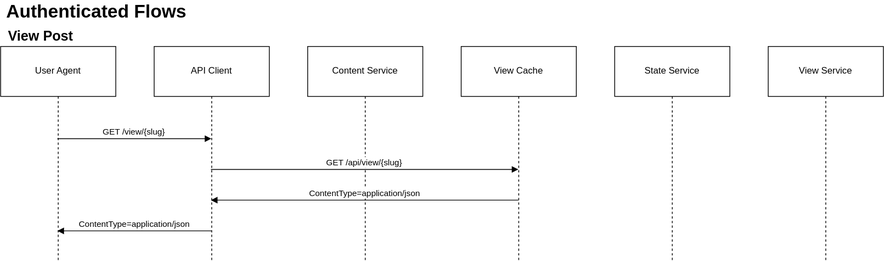
alter-kaker/pepper-docs keeps this draw.io diagram as api.drawio.svg. Above is the earlier version. Source tidied: cells renumbered, new cells last; positions are measured from the earlier drawing's top-left corner, leaving out a move shared by most shapes.
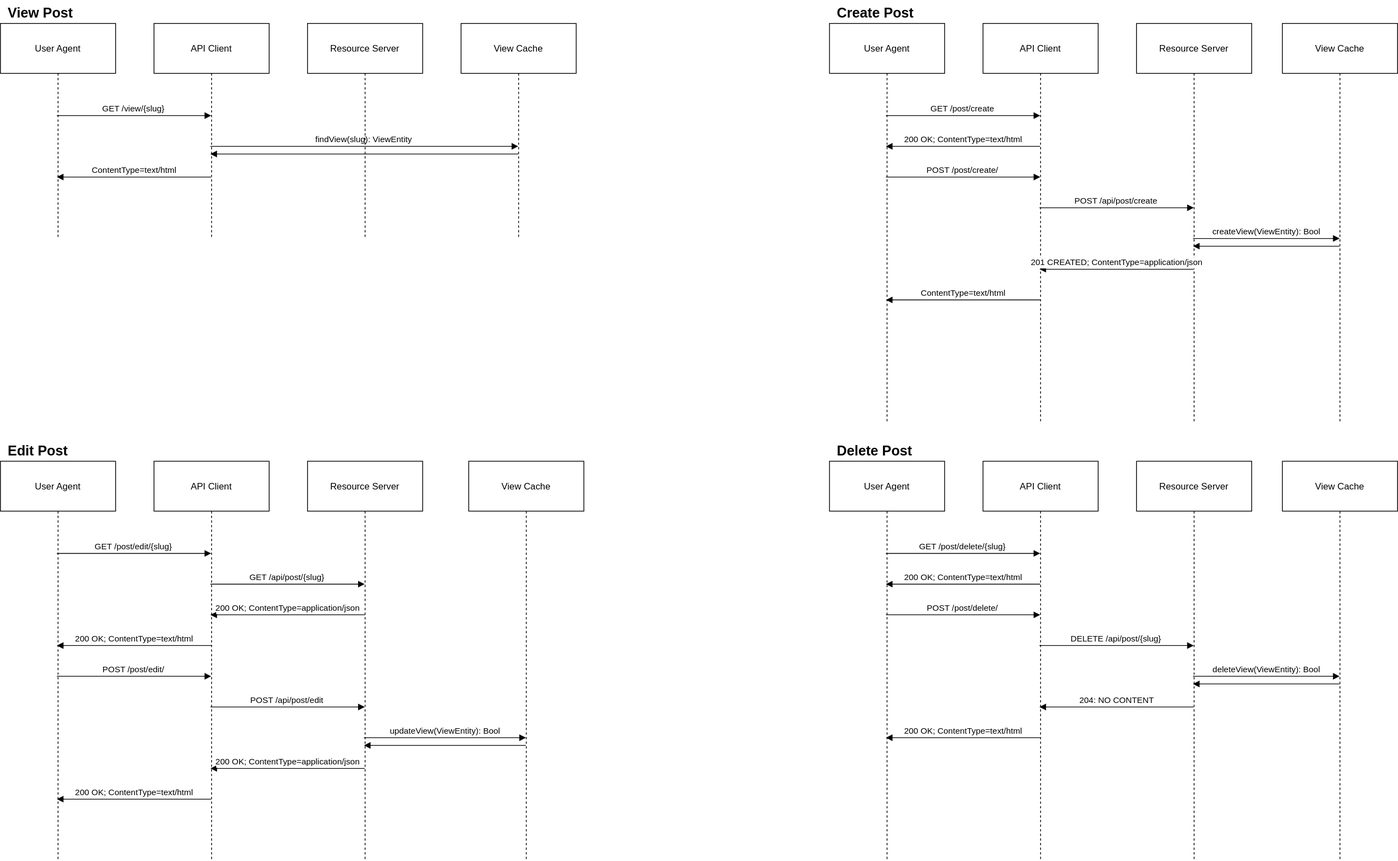
Above is the later version.

Commit message:
detail CRUD flows for Post entitites

What changed in the source:
```diff
@@ -2,21 +2,22 @@
   <root>
     <mxCell id="0" />
     <mxCell id="1" parent="0" />
+    <mxCell id="6" value="View Cache" style="shape=umlLifeline;perimeter=lifelinePerimeter;whiteSpace=wrap;outlineConnect=0;portConstraint=eastwest;newEdgeStyle={&quot;edgeStyle&quot;:&quot;elbowEdgeStyle&quot;,&quot;elbow&quot;:&quot;vertical&quot;,&quot;curved&quot;:0,&quot;rounded&quot;:0};size=65;" parent="1" vertex="1">
+      <mxGeometry x="600" y="60" width="150" height="280" as="geometry" />
+    </mxCell>
+    <mxCell id="8" value="findView(slug): ViewEntity" style="verticalAlign=bottom;endArrow=block;edgeStyle=elbowEdgeStyle;elbow=vertical;curved=0;rounded=0;" parent="1" edge="1" source="2" target="6">
+      <mxGeometry relative="1" as="geometry">
+        <Array as="points">
+          <mxPoint x="380" y="220" />
+        </Array>
+      </mxGeometry>
+    </mxCell>
     <mxCell id="2" value="API Client" style="shape=umlLifeline;perimeter=lifelinePerimeter;whiteSpace=wrap;outlineConnect=0;portConstraint=eastwest;newEdgeStyle={&quot;edgeStyle&quot;:&quot;elbowEdgeStyle&quot;,&quot;elbow&quot;:&quot;vertical&quot;,&quot;curved&quot;:0,&quot;rounded&quot;:0};size=65;" parent="1" vertex="1">
       <mxGeometry x="200" y="60" width="150" height="280" as="geometry" />
     </mxCell>
-    <mxCell id="3" value="Content Service" style="shape=umlLifeline;perimeter=lifelinePerimeter;whiteSpace=wrap;newEdgeStyle={&quot;edgeStyle&quot;:&quot;elbowEdgeStyle&quot;,&quot;elbow&quot;:&quot;vertical&quot;,&quot;curved&quot;:0,&quot;rounded&quot;:0};size=65;" parent="1" vertex="1">
+    <mxCell id="3" value="Resource Server" style="shape=umlLifeline;perimeter=lifelinePerimeter;whiteSpace=wrap;newEdgeStyle={&quot;edgeStyle&quot;:&quot;elbowEdgeStyle&quot;,&quot;elbow&quot;:&quot;vertical&quot;,&quot;curved&quot;:0,&quot;rounded&quot;:0};size=65;" parent="1" vertex="1">
       <mxGeometry x="400" y="60" width="150" height="280" as="geometry" />
     </mxCell>
-    <mxCell id="4" value="State Service" style="shape=umlLifeline;perimeter=lifelinePerimeter;whiteSpace=wrap;newEdgeStyle={&quot;edgeStyle&quot;:&quot;elbowEdgeStyle&quot;,&quot;elbow&quot;:&quot;vertical&quot;,&quot;curved&quot;:0,&quot;rounded&quot;:0};size=65;" parent="1" vertex="1">
-      <mxGeometry x="800" y="60" width="150" height="280" as="geometry" />
-    </mxCell>
-    <mxCell id="5" value="View Service" style="shape=umlLifeline;perimeter=lifelinePerimeter;whiteSpace=wrap;newEdgeStyle={&quot;edgeStyle&quot;:&quot;elbowEdgeStyle&quot;,&quot;elbow&quot;:&quot;vertical&quot;,&quot;curved&quot;:0,&quot;rounded&quot;:0};size=65;" parent="1" vertex="1">
-      <mxGeometry x="1000" y="60" width="150" height="280" as="geometry" />
-    </mxCell>
-    <mxCell id="6" value="View Cache" style="shape=umlLifeline;perimeter=lifelinePerimeter;whiteSpace=wrap;outlineConnect=0;portConstraint=eastwest;newEdgeStyle={&quot;edgeStyle&quot;:&quot;elbowEdgeStyle&quot;,&quot;elbow&quot;:&quot;vertical&quot;,&quot;curved&quot;:0,&quot;rounded&quot;:0};size=65;" parent="1" vertex="1">
-      <mxGeometry x="600" y="60" width="150" height="280" as="geometry" />
-    </mxCell>
     <mxCell id="7" value="GET /view/{slug}" style="verticalAlign=bottom;endArrow=block;edgeStyle=elbowEdgeStyle;elbow=vertical;curved=0;rounded=0;" parent="1" edge="1" source="11" target="2">
       <mxGeometry relative="1" as="geometry">
         <Array as="points">
@@ -24,35 +25,252 @@
         </Array>
       </mxGeometry>
     </mxCell>
-    <mxCell id="8" value="GET /api/view/{slug}" style="verticalAlign=bottom;endArrow=block;edgeStyle=elbowEdgeStyle;elbow=vertical;curved=0;rounded=0;" parent="1" edge="1" source="2" target="6">
-      <mxGeometry relative="1" as="geometry">
-        <Array as="points">
-          <mxPoint x="595" y="220" />
-        </Array>
-      </mxGeometry>
-    </mxCell>
-    <mxCell id="9" value="ContentType=application/json" style="verticalAlign=bottom;endArrow=block;edgeStyle=elbowEdgeStyle;elbow=vertical;curved=0;rounded=0;" parent="1" edge="1" source="6" target="2">
-      <mxGeometry relative="1" as="geometry">
-        <Array as="points">
-          <mxPoint x="470" y="260" />
-        </Array>
-      </mxGeometry>
-    </mxCell>
     <mxCell id="10" value="&lt;font style=&quot;font-size: 18px;&quot;&gt;View Post&lt;/font&gt;" style="text;html=1;strokeColor=none;fillColor=none;align=left;verticalAlign=middle;whiteSpace=wrap;rounded=0;fontStyle=1;spacing=10;fontSize=24;" parent="1" vertex="1">
       <mxGeometry y="30" width="280" height="30" as="geometry" />
     </mxCell>
     <mxCell id="11" value="User Agent" style="shape=umlLifeline;perimeter=lifelinePerimeter;whiteSpace=wrap;outlineConnect=0;portConstraint=eastwest;newEdgeStyle={&quot;edgeStyle&quot;:&quot;elbowEdgeStyle&quot;,&quot;elbow&quot;:&quot;vertical&quot;,&quot;curved&quot;:0,&quot;rounded&quot;:0};size=65;" parent="1" vertex="1">
       <mxGeometry y="60" width="150" height="280" as="geometry" />
     </mxCell>
-    <mxCell id="12" value="Authenticated Flows" style="text;html=1;strokeColor=none;fillColor=none;align=center;verticalAlign=middle;whiteSpace=wrap;rounded=0;fontSize=24;fontStyle=1;" parent="1" vertex="1">
-      <mxGeometry width="250" height="30" as="geometry" />
-    </mxCell>
-    <mxCell id="13" value="ContentType=application/json" style="verticalAlign=bottom;endArrow=block;edgeStyle=elbowEdgeStyle;elbow=vertical;rounded=0;" parent="1" edge="1" source="2" target="11">
+    <mxCell id="13" value="ContentType=text/html" style="verticalAlign=bottom;endArrow=block;edgeStyle=elbowEdgeStyle;elbow=vertical;rounded=0;" parent="1" edge="1" source="2" target="11">
       <mxGeometry relative="1" as="geometry">
         <Array as="points">
-          <mxPoint x="170" y="300" />
+          <mxPoint x="180" y="260" />
         </Array>
       </mxGeometry>
     </mxCell>
+    <mxCell id="9" style="verticalAlign=bottom;endArrow=block;edgeStyle=elbowEdgeStyle;elbow=vertical;curved=0;rounded=0;" parent="1" edge="1" source="6" target="2">
+      <mxGeometry relative="1" as="geometry">
+        <Array as="points">
+          <mxPoint x="420" y="230" />
+        </Array>
+      </mxGeometry>
+    </mxCell>
+    <mxCell id="14" value="API Client" style="shape=umlLifeline;perimeter=lifelinePerimeter;whiteSpace=wrap;outlineConnect=0;portConstraint=eastwest;newEdgeStyle={&quot;edgeStyle&quot;:&quot;elbowEdgeStyle&quot;,&quot;elbow&quot;:&quot;vertical&quot;,&quot;curved&quot;:0,&quot;rounded&quot;:0};size=65;" parent="1" vertex="1">
+      <mxGeometry x="200" y="630" width="150" height="520" as="geometry" />
+    </mxCell>
+    <mxCell id="15" value="Resource Server" style="shape=umlLifeline;perimeter=lifelinePerimeter;whiteSpace=wrap;outlineConnect=0;portConstraint=eastwest;newEdgeStyle={&quot;edgeStyle&quot;:&quot;elbowEdgeStyle&quot;,&quot;elbow&quot;:&quot;vertical&quot;,&quot;curved&quot;:0,&quot;rounded&quot;:0};size=65;" parent="1" vertex="1">
+      <mxGeometry x="400" y="630" width="150" height="520" as="geometry" />
+    </mxCell>
+    <mxCell id="16" value="GET /post/edit/{slug}" style="verticalAlign=bottom;endArrow=block;edgeStyle=elbowEdgeStyle;elbow=vertical;curved=0;rounded=0;" parent="1" edge="1" source="20" target="14">
+      <mxGeometry relative="1" as="geometry">
+        <Array as="points">
+          <mxPoint x="170" y="750" />
+        </Array>
+      </mxGeometry>
+    </mxCell>
+    <mxCell id="17" value="GET /api/post/{slug}" style="verticalAlign=bottom;endArrow=block;edgeStyle=elbowEdgeStyle;elbow=vertical;curved=0;rounded=0;" parent="1" edge="1" source="14" target="15">
+      <mxGeometry relative="1" as="geometry">
+        <Array as="points">
+          <mxPoint x="380" y="790" />
+        </Array>
+      </mxGeometry>
+    </mxCell>
+    <mxCell id="18" value="200 OK; ContentType=application/json" style="verticalAlign=bottom;endArrow=block;edgeStyle=elbowEdgeStyle;elbow=vertical;curved=0;rounded=0;" parent="1" edge="1" source="15" target="14">
+      <mxGeometry relative="1" as="geometry">
+        <Array as="points">
+          <mxPoint x="380" y="830" />
+        </Array>
+      </mxGeometry>
+    </mxCell>
+    <mxCell id="19" value="&lt;font style=&quot;font-size: 18px;&quot;&gt;Edit Post&lt;/font&gt;" style="text;html=1;strokeColor=none;fillColor=none;align=left;verticalAlign=middle;whiteSpace=wrap;rounded=0;fontStyle=1;spacing=10;fontSize=24;" parent="1" vertex="1">
+      <mxGeometry y="600" width="280" height="30" as="geometry" />
+    </mxCell>
+    <mxCell id="20" value="User Agent" style="shape=umlLifeline;perimeter=lifelinePerimeter;whiteSpace=wrap;outlineConnect=0;portConstraint=eastwest;newEdgeStyle={&quot;edgeStyle&quot;:&quot;elbowEdgeStyle&quot;,&quot;elbow&quot;:&quot;vertical&quot;,&quot;curved&quot;:0,&quot;rounded&quot;:0};size=65;" parent="1" vertex="1">
+      <mxGeometry y="630" width="150" height="520" as="geometry" />
+    </mxCell>
+    <mxCell id="21" value="200 OK; ContentType=text/html" style="verticalAlign=bottom;endArrow=block;edgeStyle=elbowEdgeStyle;elbow=vertical;rounded=0;" parent="1" edge="1" source="14" target="20">
+      <mxGeometry relative="1" as="geometry">
+        <Array as="points">
+          <mxPoint x="170" y="870" />
+        </Array>
+      </mxGeometry>
+    </mxCell>
+    <mxCell id="22" value="POST /post/edit/" style="verticalAlign=bottom;endArrow=block;edgeStyle=elbowEdgeStyle;elbow=horizontal;rounded=0;" parent="1" edge="1" source="20" target="14">
+      <mxGeometry relative="1" as="geometry">
+        <Array as="points">
+          <mxPoint x="165" y="910" />
+        </Array>
+      </mxGeometry>
+    </mxCell>
+    <mxCell id="23" value="POST /api/post/edit" style="verticalAlign=bottom;endArrow=block;edgeStyle=elbowEdgeStyle;elbow=vertical;rounded=0;" parent="1" edge="1" source="14" target="15">
+      <mxGeometry relative="1" as="geometry">
+        <Array as="points">
+          <mxPoint x="390" y="950" />
+        </Array>
+      </mxGeometry>
+    </mxCell>
+    <mxCell id="24" value="200 OK; ContentType=application/json" style="verticalAlign=bottom;endArrow=block;edgeStyle=elbowEdgeStyle;elbow=horizontal;curved=0;rounded=0;" parent="1" edge="1" source="15" target="14">
+      <mxGeometry relative="1" as="geometry">
+        <Array as="points">
+          <mxPoint x="380" y="1030" />
+        </Array>
+      </mxGeometry>
+    </mxCell>
+    <mxCell id="25" value="200 OK; ContentType=text/html" style="verticalAlign=bottom;endArrow=block;edgeStyle=elbowEdgeStyle;elbow=vertical;rounded=0;" parent="1" edge="1" source="14" target="20">
+      <mxGeometry relative="1" as="geometry">
+        <Array as="points">
+          <mxPoint x="190" y="1070" />
+        </Array>
+      </mxGeometry>
+    </mxCell>
+    <mxCell id="26" value="View Cache" style="shape=umlLifeline;perimeter=lifelinePerimeter;whiteSpace=wrap;outlineConnect=0;portConstraint=eastwest;newEdgeStyle={&quot;edgeStyle&quot;:&quot;elbowEdgeStyle&quot;,&quot;elbow&quot;:&quot;vertical&quot;,&quot;curved&quot;:0,&quot;rounded&quot;:0};size=65;" parent="1" vertex="1">
+      <mxGeometry x="610" y="630" width="150" height="520" as="geometry" />
+    </mxCell>
+    <mxCell id="27" value="updateView(ViewEntity): Bool" style="verticalAlign=bottom;endArrow=block;edgeStyle=elbowEdgeStyle;elbow=vertical;rounded=0;" parent="1" edge="1" source="15" target="26">
+      <mxGeometry relative="1" as="geometry">
+        <Array as="points">
+          <mxPoint x="585" y="990" />
+        </Array>
+      </mxGeometry>
+    </mxCell>
+    <mxCell id="28" style="verticalAlign=bottom;endArrow=block;edgeStyle=elbowEdgeStyle;elbow=vertical;rounded=0;" parent="1" edge="1" source="26" target="15">
+      <mxGeometry relative="1" as="geometry">
+        <Array as="points">
+          <mxPoint x="595" y="1000" />
+        </Array>
+      </mxGeometry>
+    </mxCell>
+    <mxCell id="29" value="API Client" style="shape=umlLifeline;perimeter=lifelinePerimeter;whiteSpace=wrap;outlineConnect=0;portConstraint=eastwest;newEdgeStyle={&quot;edgeStyle&quot;:&quot;elbowEdgeStyle&quot;,&quot;elbow&quot;:&quot;vertical&quot;,&quot;curved&quot;:0,&quot;rounded&quot;:0};size=65;" parent="1" vertex="1">
+      <mxGeometry x="1280" y="630" width="150" height="520" as="geometry" />
+    </mxCell>
+    <mxCell id="30" value="Resource Server" style="shape=umlLifeline;perimeter=lifelinePerimeter;whiteSpace=wrap;outlineConnect=0;portConstraint=eastwest;newEdgeStyle={&quot;edgeStyle&quot;:&quot;elbowEdgeStyle&quot;,&quot;elbow&quot;:&quot;vertical&quot;,&quot;curved&quot;:0,&quot;rounded&quot;:0};size=65;" parent="1" vertex="1">
+      <mxGeometry x="1480" y="630" width="150" height="520" as="geometry" />
+    </mxCell>
+    <mxCell id="31" value="GET /post/delete/{slug}" style="verticalAlign=bottom;endArrow=block;edgeStyle=elbowEdgeStyle;elbow=vertical;curved=0;rounded=0;" parent="1" edge="1" source="33" target="29">
+      <mxGeometry relative="1" as="geometry">
+        <Array as="points">
+          <mxPoint x="1250" y="750" />
+        </Array>
+      </mxGeometry>
+    </mxCell>
+    <mxCell id="32" value="&lt;font style=&quot;font-size: 18px;&quot;&gt;Delete Post&lt;/font&gt;" style="text;html=1;strokeColor=none;fillColor=none;align=left;verticalAlign=middle;whiteSpace=wrap;rounded=0;fontStyle=1;spacing=10;fontSize=24;" parent="1" vertex="1">
+      <mxGeometry x="1080" y="600" width="280" height="30" as="geometry" />
+    </mxCell>
+    <mxCell id="33" value="User Agent" style="shape=umlLifeline;perimeter=lifelinePerimeter;whiteSpace=wrap;outlineConnect=0;portConstraint=eastwest;newEdgeStyle={&quot;edgeStyle&quot;:&quot;elbowEdgeStyle&quot;,&quot;elbow&quot;:&quot;vertical&quot;,&quot;curved&quot;:0,&quot;rounded&quot;:0};size=65;" parent="1" vertex="1">
+      <mxGeometry x="1080" y="630" width="150" height="520" as="geometry" />
+    </mxCell>
+    <mxCell id="34" value="200 OK; ContentType=text/html" style="verticalAlign=bottom;endArrow=block;edgeStyle=elbowEdgeStyle;elbow=vertical;rounded=0;" parent="1" edge="1" source="29" target="33">
+      <mxGeometry relative="1" as="geometry">
+        <Array as="points">
+          <mxPoint x="1250" y="790" />
+        </Array>
+      </mxGeometry>
+    </mxCell>
+    <mxCell id="35" value="POST /post/delete/" style="verticalAlign=bottom;endArrow=block;edgeStyle=elbowEdgeStyle;elbow=vertical;rounded=0;" parent="1" edge="1" source="33" target="29">
+      <mxGeometry relative="1" as="geometry">
+        <Array as="points">
+          <mxPoint x="1250" y="830" />
+        </Array>
+      </mxGeometry>
+    </mxCell>
+    <mxCell id="36" value="DELETE /api/post/{slug}" style="verticalAlign=bottom;endArrow=block;edgeStyle=elbowEdgeStyle;elbow=vertical;rounded=0;" parent="1" edge="1" source="29" target="30">
+      <mxGeometry relative="1" as="geometry">
+        <Array as="points">
+          <mxPoint x="1470" y="870" />
+        </Array>
+      </mxGeometry>
+    </mxCell>
+    <mxCell id="37" value="204: NO CONTENT" style="verticalAlign=bottom;endArrow=block;edgeStyle=elbowEdgeStyle;elbow=vertical;curved=0;rounded=0;" parent="1" edge="1" source="30" target="29">
+      <mxGeometry relative="1" as="geometry">
+        <Array as="points">
+          <mxPoint x="1470" y="950" />
+        </Array>
+      </mxGeometry>
+    </mxCell>
+    <mxCell id="38" value="200 OK; ContentType=text/html" style="verticalAlign=bottom;endArrow=block;edgeStyle=elbowEdgeStyle;elbow=vertical;rounded=0;" parent="1" edge="1" source="29" target="33">
+      <mxGeometry relative="1" as="geometry">
+        <Array as="points">
+          <mxPoint x="1260" y="990" />
+        </Array>
+      </mxGeometry>
+    </mxCell>
+    <mxCell id="39" value="View Cache" style="shape=umlLifeline;perimeter=lifelinePerimeter;whiteSpace=wrap;outlineConnect=0;portConstraint=eastwest;newEdgeStyle={&quot;edgeStyle&quot;:&quot;elbowEdgeStyle&quot;,&quot;elbow&quot;:&quot;vertical&quot;,&quot;curved&quot;:0,&quot;rounded&quot;:0};size=65;" parent="1" vertex="1">
+      <mxGeometry x="1670" y="630" width="150" height="520" as="geometry" />
+    </mxCell>
+    <mxCell id="40" value="deleteView(ViewEntity): Bool" style="verticalAlign=bottom;endArrow=block;edgeStyle=elbowEdgeStyle;elbow=vertical;rounded=0;" parent="1" edge="1" source="30" target="39">
+      <mxGeometry relative="1" as="geometry">
+        <Array as="points">
+          <mxPoint x="1661" y="910" />
+        </Array>
+      </mxGeometry>
+    </mxCell>
+    <mxCell id="41" style="verticalAlign=bottom;endArrow=block;edgeStyle=elbowEdgeStyle;elbow=vertical;rounded=0;" parent="1" edge="1" source="39" target="30">
+      <mxGeometry relative="1" as="geometry">
+        <Array as="points">
+          <mxPoint x="1650" y="920" />
+        </Array>
+      </mxGeometry>
+    </mxCell>
+    <mxCell id="42" value="API Client" style="shape=umlLifeline;perimeter=lifelinePerimeter;whiteSpace=wrap;outlineConnect=0;portConstraint=eastwest;newEdgeStyle={&quot;edgeStyle&quot;:&quot;elbowEdgeStyle&quot;,&quot;elbow&quot;:&quot;vertical&quot;,&quot;curved&quot;:0,&quot;rounded&quot;:0};size=65;" parent="1" vertex="1">
+      <mxGeometry x="1280" y="60" width="150" height="520" as="geometry" />
+    </mxCell>
+    <mxCell id="43" value="Resource Server" style="shape=umlLifeline;perimeter=lifelinePerimeter;whiteSpace=wrap;outlineConnect=0;portConstraint=eastwest;newEdgeStyle={&quot;edgeStyle&quot;:&quot;elbowEdgeStyle&quot;,&quot;elbow&quot;:&quot;vertical&quot;,&quot;curved&quot;:0,&quot;rounded&quot;:0};size=65;" parent="1" vertex="1">
+      <mxGeometry x="1480" y="60" width="150" height="520" as="geometry" />
+    </mxCell>
+    <mxCell id="44" value="GET /post/create" style="verticalAlign=bottom;endArrow=block;edgeStyle=elbowEdgeStyle;elbow=vertical;curved=0;rounded=0;" parent="1" edge="1" source="46" target="42">
+      <mxGeometry relative="1" as="geometry">
+        <Array as="points">
+          <mxPoint x="1250" y="180" />
+        </Array>
+      </mxGeometry>
+    </mxCell>
+    <mxCell id="45" value="&lt;font style=&quot;font-size: 18px;&quot;&gt;Create Post&lt;/font&gt;" style="text;html=1;strokeColor=none;fillColor=none;align=left;verticalAlign=middle;whiteSpace=wrap;rounded=0;fontStyle=1;spacing=10;fontSize=24;" parent="1" vertex="1">
+      <mxGeometry x="1080" y="30" width="280" height="30" as="geometry" />
+    </mxCell>
+    <mxCell id="46" value="User Agent" style="shape=umlLifeline;perimeter=lifelinePerimeter;whiteSpace=wrap;outlineConnect=0;portConstraint=eastwest;newEdgeStyle={&quot;edgeStyle&quot;:&quot;elbowEdgeStyle&quot;,&quot;elbow&quot;:&quot;vertical&quot;,&quot;curved&quot;:0,&quot;rounded&quot;:0};size=65;" parent="1" vertex="1">
+      <mxGeometry x="1080" y="60" width="150" height="520" as="geometry" />
+    </mxCell>
+    <mxCell id="47" value="200 OK; ContentType=text/html" style="verticalAlign=bottom;endArrow=block;edgeStyle=elbowEdgeStyle;elbow=vertical;rounded=0;" parent="1" edge="1" source="42" target="46">
+      <mxGeometry relative="1" as="geometry">
+        <Array as="points">
+          <mxPoint x="1250" y="220" />
+        </Array>
+      </mxGeometry>
+    </mxCell>
+    <mxCell id="48" value="POST /post/create/" style="verticalAlign=bottom;endArrow=block;edgeStyle=elbowEdgeStyle;elbow=vertical;rounded=0;" parent="1" edge="1" source="46" target="42">
+      <mxGeometry relative="1" as="geometry">
+        <Array as="points">
+          <mxPoint x="1250" y="260" />
+        </Array>
+      </mxGeometry>
+    </mxCell>
+    <mxCell id="49" value="POST /api/post/create" style="verticalAlign=bottom;endArrow=block;edgeStyle=elbowEdgeStyle;elbow=vertical;rounded=0;" parent="1" edge="1" source="42" target="43">
+      <mxGeometry relative="1" as="geometry">
+        <Array as="points">
+          <mxPoint x="1470" y="300" />
+        </Array>
+      </mxGeometry>
+    </mxCell>
+    <mxCell id="50" value="201 CREATED; ContentType=application/json" style="verticalAlign=bottom;endArrow=block;edgeStyle=elbowEdgeStyle;elbow=vertical;curved=0;rounded=0;" parent="1" edge="1" source="43" target="42">
+      <mxGeometry relative="1" as="geometry">
+        <Array as="points">
+          <mxPoint x="1470" y="380" />
+        </Array>
+      </mxGeometry>
+    </mxCell>
+    <mxCell id="51" value="ContentType=text/html" style="verticalAlign=bottom;endArrow=block;edgeStyle=elbowEdgeStyle;elbow=vertical;rounded=0;" parent="1" edge="1" source="42" target="46">
+      <mxGeometry relative="1" as="geometry">
+        <Array as="points">
+          <mxPoint x="1260" y="420" />
+        </Array>
+      </mxGeometry>
+    </mxCell>
+    <mxCell id="52" value="View Cache" style="shape=umlLifeline;perimeter=lifelinePerimeter;whiteSpace=wrap;outlineConnect=0;portConstraint=eastwest;newEdgeStyle={&quot;edgeStyle&quot;:&quot;elbowEdgeStyle&quot;,&quot;elbow&quot;:&quot;vertical&quot;,&quot;curved&quot;:0,&quot;rounded&quot;:0};size=65;" parent="1" vertex="1">
+      <mxGeometry x="1670" y="60" width="150" height="520" as="geometry" />
+    </mxCell>
+    <mxCell id="53" value="createView(ViewEntity): Bool" style="verticalAlign=bottom;endArrow=block;edgeStyle=elbowEdgeStyle;elbow=vertical;rounded=0;" parent="1" edge="1" source="43" target="52">
+      <mxGeometry relative="1" as="geometry">
+        <Array as="points">
+          <mxPoint x="1661" y="340" />
+        </Array>
+      </mxGeometry>
+    </mxCell>
+    <mxCell id="54" style="verticalAlign=bottom;endArrow=block;edgeStyle=elbowEdgeStyle;elbow=vertical;rounded=0;" parent="1" edge="1" source="52" target="43">
+      <mxGeometry relative="1" as="geometry">
+        <Array as="points">
+          <mxPoint x="1650" y="350" />
+        </Array>
+      </mxGeometry>
+    </mxCell>
   </root>
 </mxGraphModel>
```
